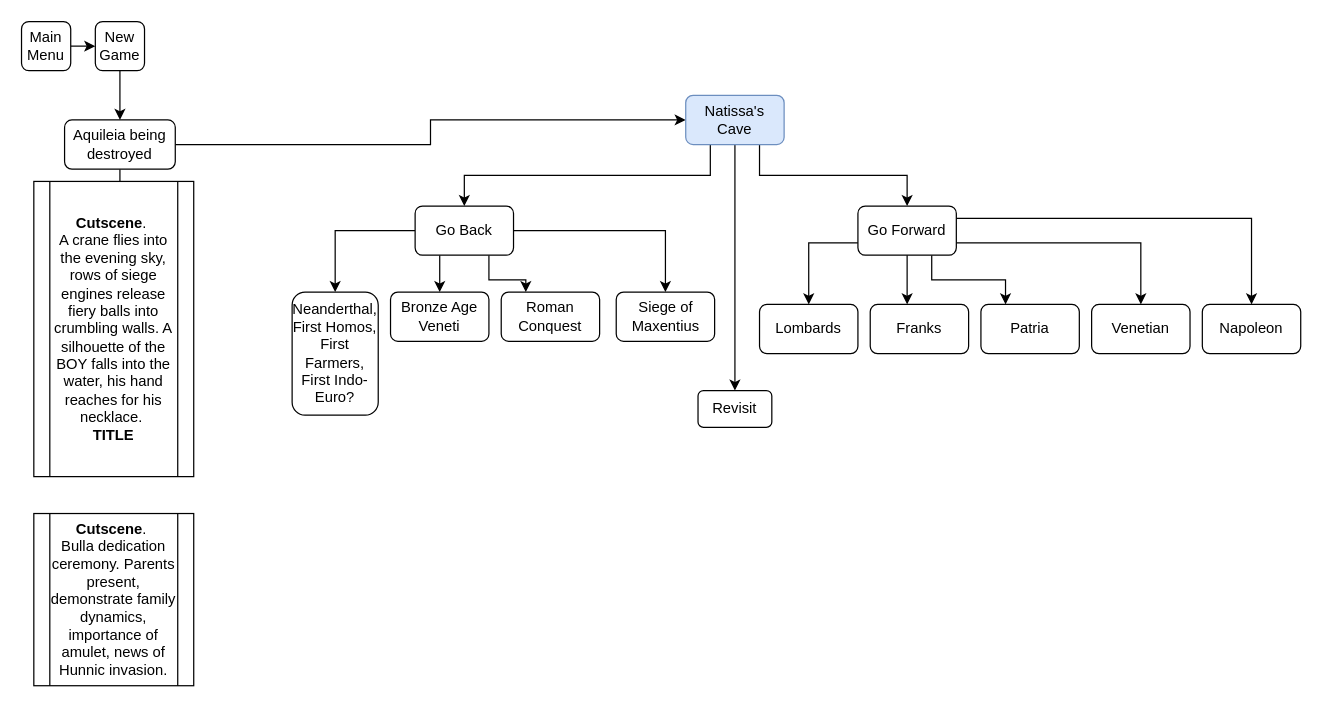
Above: page "Narrative" (1 of 2) of Untitled Diagram.drawio in SpencerChamp/akileia (draw.io), before the change. Source tidied: cells renumbered, new cells numbered last; positions are measured from the earlier drawing's top-left corner, leaving out a move shared by most shapes. Both pictures are drawn from the tidied source at 123%, with x=0, y=0 at pixel (21, 21).
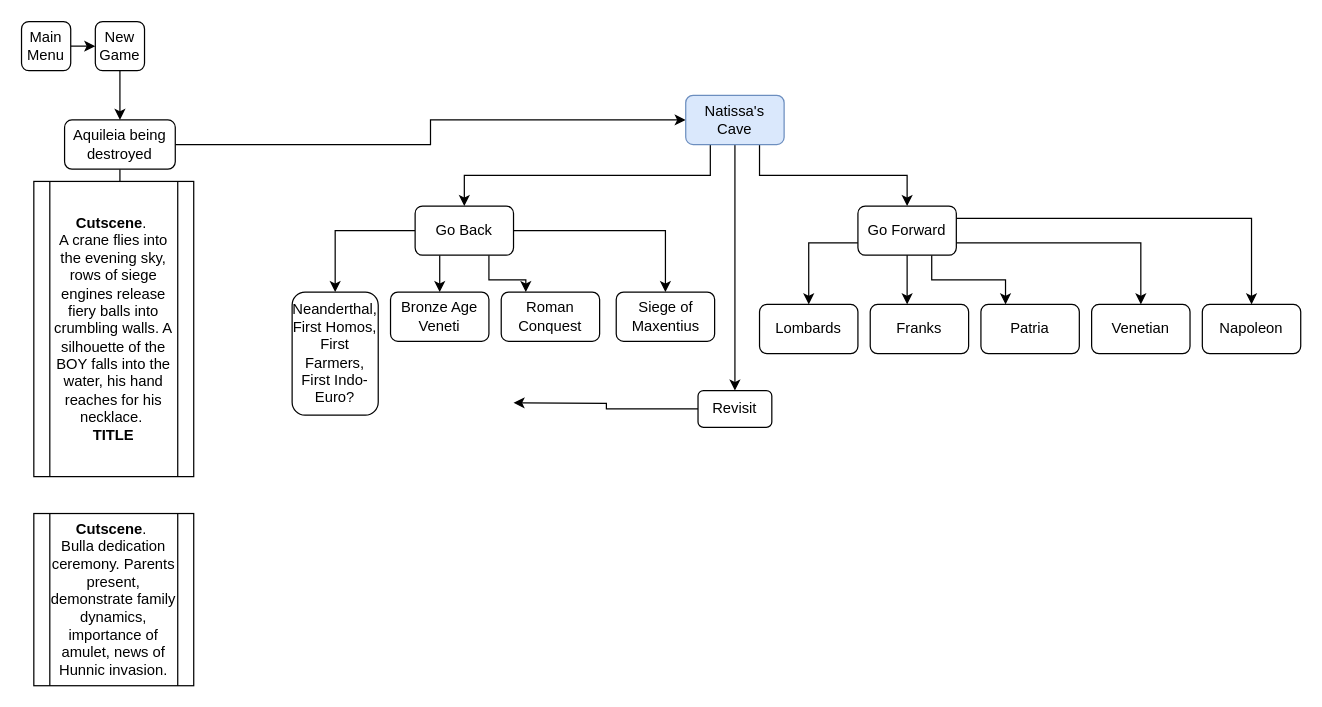
The same diagram, later.

Unchanged cells that the change refers to:
```xml
<mxCell id="36" value="Revisit" style="rounded=1;whiteSpace=wrap;html=1;" parent="1" vertex="1">
  <mxGeometry x="550" y="300" width="60" height="30" as="geometry" />
</mxCell>
```

Change to the diagram source:
```diff
@@
+    <mxCell id="37" style="edgeStyle=orthogonalEdgeStyle;rounded=0;jettySize=auto;html=1;exitX=0;exitY=0.5;exitDx=0;exitDy=0;" parent="1" edge="1" source="36">
+      <mxGeometry relative="1" as="geometry">
+        <mxPoint x="400" y="310" as="targetPoint" />
+      </mxGeometry>
+    </mxCell>
```
